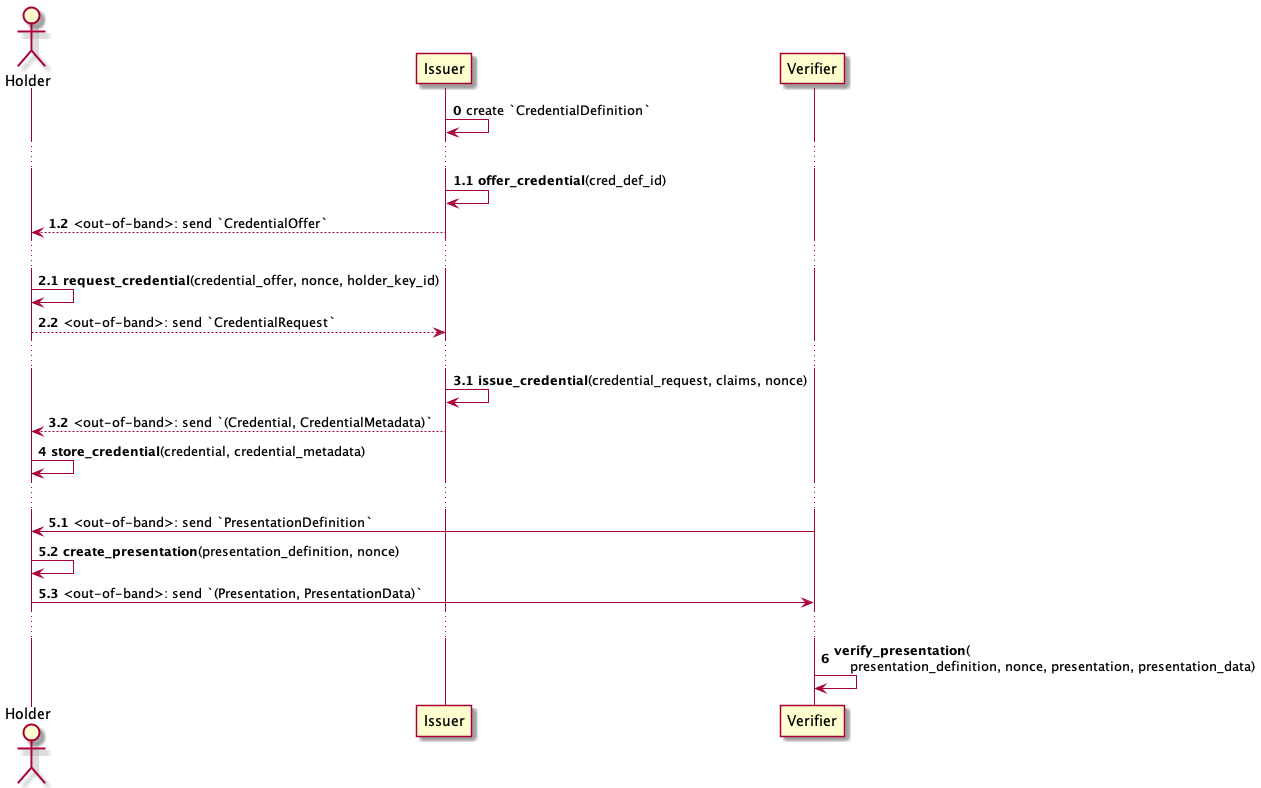
Earlier version of the PlantUML export docs/facade-low-level.png (equs-ai/equs-credentials-sdk). Its diagram source:
```plantuml
@startuml

autonumber

actor Holder as H
participant Issuer as I
participant Verifier as V

autonumber 0
I -> I: create `CredentialDefinition`

...

autonumber 1.1
I -> I: <b>offer_credential</b>(cred_def_id)
I --> H: <out-of-band>: send `CredentialOffer`

...

autonumber 2.1
H -> H: <b>request_credential</b>(credential_offer, nonce, holder_key_id)
H --> I: <out-of-band>: send `CredentialRequest`

...

autonumber 3.1
I -> I: <b>issue_credential</b>(credential_request, claims, nonce)
I --> H: <out-of-band>: send `(Credential, CredentialMetadata)`
autonumber 4
H -> H: <b>store_credential</b>(credential, credential_metadata)

...

autonumber 5.1
V -> H: <out-of-band>: send `PresentationDefinition`
H -> H: <b>create_presentation</b>(presentation_definition, nonce)
H -> V: <out-of-band>: send `(Presentation, PresentationData)`

...

autonumber 6
V -> V: <b>verify_presentation</b>(\n    presentation_definition, nonce, presentation, presentation_data)

@enduml
```
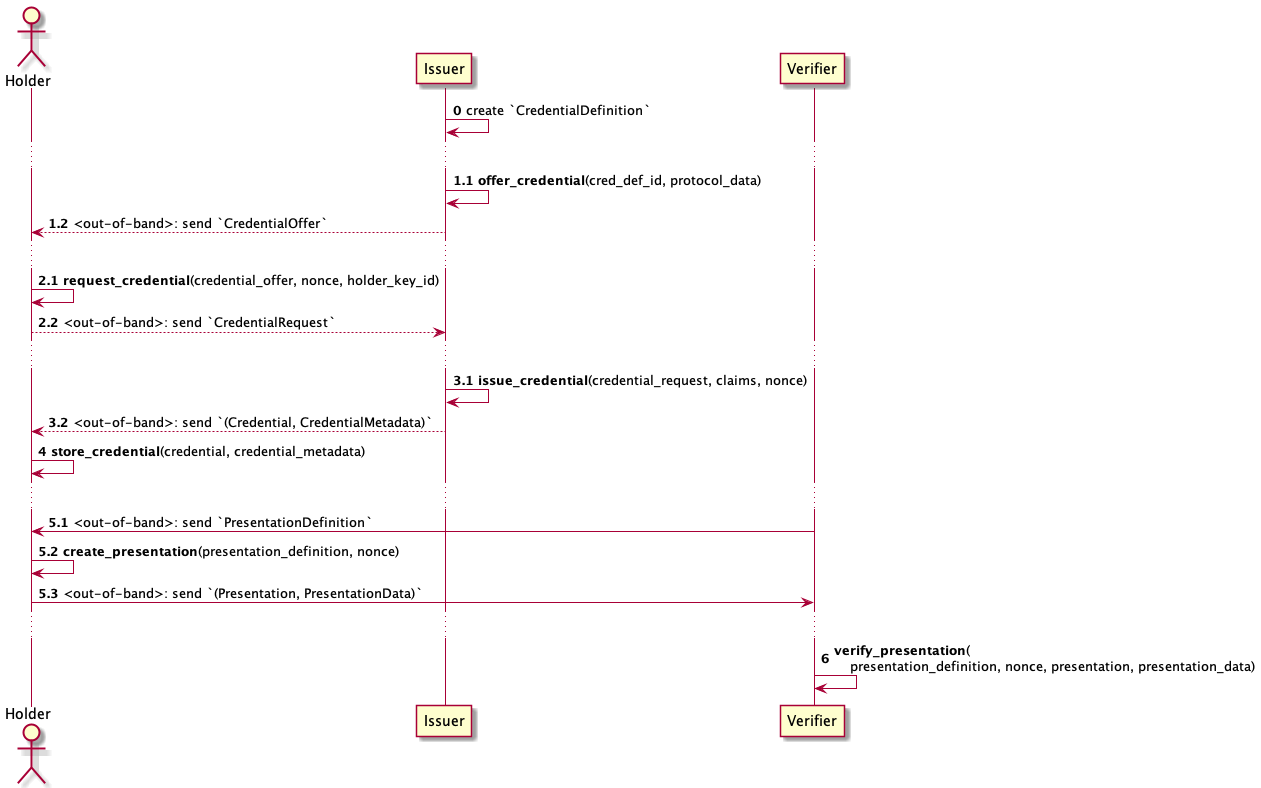
The same diagram one commit later.

Commit message:
ASDK-4: updated Facade API calls and sequence diagrams

Diff of the diagram source:
```diff
@@ -12,7 +12,7 @@
 ...
 
 autonumber 1.1
-I -> I: <b>offer_credential</b>(cred_def_id)
+I -> I: <b>offer_credential</b>(cred_def_id, protocol_data)
 I --> H: <out-of-band>: send `CredentialOffer`
 
 ...
```
